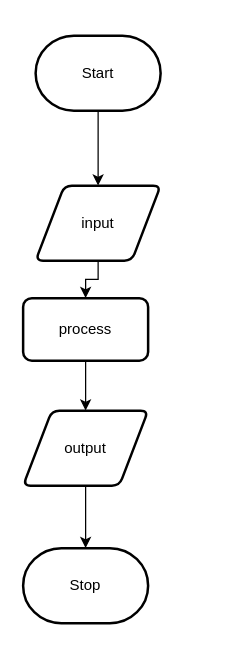
Before: design/flowchart.drawio in evan-cagiannos/ICS20-Unit5-01-HTML, a draw.io diagram. Source tidied: cells renumbered, new cells numbered last; positions are measured from the earlier drawing's top-left corner, leaving out a move shared by most shapes. Both pictures are drawn from the tidied source at 125%, with x=0, y=0 at pixel (22, 35).
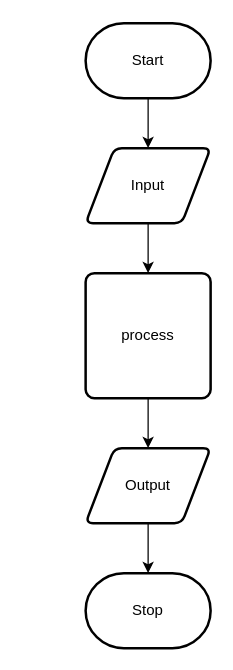
After the change.

Commit message (it also covers changes not shown here):
Design (flowchart & storyboard) fix.

Diff of the diagram source:
```diff
@@
 <mxGraphModel>
   <root>
     <mxCell id="0" />
     <mxCell id="1" parent="0" />
-    <mxCell id="2" style="edgeStyle=orthogonalEdgeStyle;html=1;rounded=0;" parent="1" edge="1" source="3" target="6">
+    <mxCell id="2" style="edgeStyle=none;html=1;" parent="1" edge="1" source="3" target="4">
       <mxGeometry relative="1" as="geometry" />
     </mxCell>
     <mxCell id="3" value="Start" style="strokeWidth=2;html=1;shape=mxgraph.flowchart.terminator;whiteSpace=wrap;" parent="1" vertex="1">
-      <mxGeometry x="10" width="100" height="60" as="geometry" />
+      <mxGeometry x="50" y="-10" width="100" height="60" as="geometry" />
     </mxCell>
+    <mxCell id="5" style="edgeStyle=none;html=1;" parent="1" edge="1" source="4" target="6">
+      <mxGeometry relative="1" as="geometry" />
+    </mxCell>
-    <mxCell id="4" value="Stop" style="strokeWidth=2;html=1;shape=mxgraph.flowchart.terminator;whiteSpace=wrap;" parent="1" vertex="1">
-      <mxGeometry y="410" width="100" height="60" as="geometry" />
+    <mxCell id="4" value="Input" style="shape=parallelogram;html=1;strokeWidth=2;perimeter=parallelogramPerimeter;whiteSpace=wrap;rounded=1;arcSize=12;size=0.23;" parent="1" vertex="1">
+      <mxGeometry x="50" y="90" width="100" height="60" as="geometry" />
     </mxCell>
-    <mxCell id="5" style="edgeStyle=orthogonalEdgeStyle;shape=connector;rounded=0;html=1;labelBackgroundColor=default;fontFamily=Helvetica;fontSize=11;fontColor=default;endArrow=classic;strokeColor=default;" parent="1" edge="1" source="6" target="10">
-      <mxGeometry relative="1" as="geometry" />
-    </mxCell>
+    <mxCell id="9" style="edgeStyle=none;html=1;" parent="1" edge="1" source="6" target="8">
+      <mxGeometry relative="1" as="geometry" />
+    </mxCell>
-    <mxCell id="6" value="input" style="shape=parallelogram;html=1;strokeWidth=2;perimeter=parallelogramPerimeter;whiteSpace=wrap;rounded=1;arcSize=12;size=0.23;" parent="1" vertex="1">
-      <mxGeometry x="10" y="120" width="100" height="60" as="geometry" />
+    <mxCell id="6" value="process" style="rounded=1;whiteSpace=wrap;html=1;absoluteArcSize=1;arcSize=14;strokeWidth=2;" parent="1" vertex="1">
+      <mxGeometry x="50" y="190" width="100" height="100" as="geometry" />
     </mxCell>
-    <mxCell id="7" style="edgeStyle=orthogonalEdgeStyle;shape=connector;rounded=0;html=1;labelBackgroundColor=default;fontFamily=Helvetica;fontSize=11;fontColor=default;endArrow=classic;strokeColor=default;" parent="1" edge="1" source="8" target="4">
+    <mxCell id="7" style="edgeStyle=none;html=1;" parent="1" edge="1" source="8" target="10">
       <mxGeometry relative="1" as="geometry" />
     </mxCell>
-    <mxCell id="8" value="output" style="shape=parallelogram;html=1;strokeWidth=2;perimeter=parallelogramPerimeter;whiteSpace=wrap;rounded=1;arcSize=12;size=0.23;" parent="1" vertex="1">
-      <mxGeometry y="300" width="100" height="60" as="geometry" />
+    <mxCell id="8" value="Output" style="shape=parallelogram;html=1;strokeWidth=2;perimeter=parallelogramPerimeter;whiteSpace=wrap;rounded=1;arcSize=12;size=0.23;" parent="1" vertex="1">
+      <mxGeometry x="50" y="330" width="100" height="60" as="geometry" />
     </mxCell>
-    <mxCell id="9" style="edgeStyle=orthogonalEdgeStyle;shape=connector;rounded=0;html=1;labelBackgroundColor=default;fontFamily=Helvetica;fontSize=11;fontColor=default;endArrow=classic;strokeColor=default;" parent="1" edge="1" source="10" target="8">
-      <mxGeometry relative="1" as="geometry" />
-    </mxCell>
-    <mxCell id="10" value="process" style="rounded=1;whiteSpace=wrap;html=1;absoluteArcSize=1;arcSize=14;strokeWidth=2;" parent="1" vertex="1">
-      <mxGeometry y="210" width="100" height="50" as="geometry" />
+    <mxCell id="10" value="Stop" style="strokeWidth=2;html=1;shape=mxgraph.flowchart.terminator;whiteSpace=wrap;" parent="1" vertex="1">
+      <mxGeometry x="50" y="430" width="100" height="60" as="geometry" />
     </mxCell>
   </root>
 </mxGraphModel>
```
